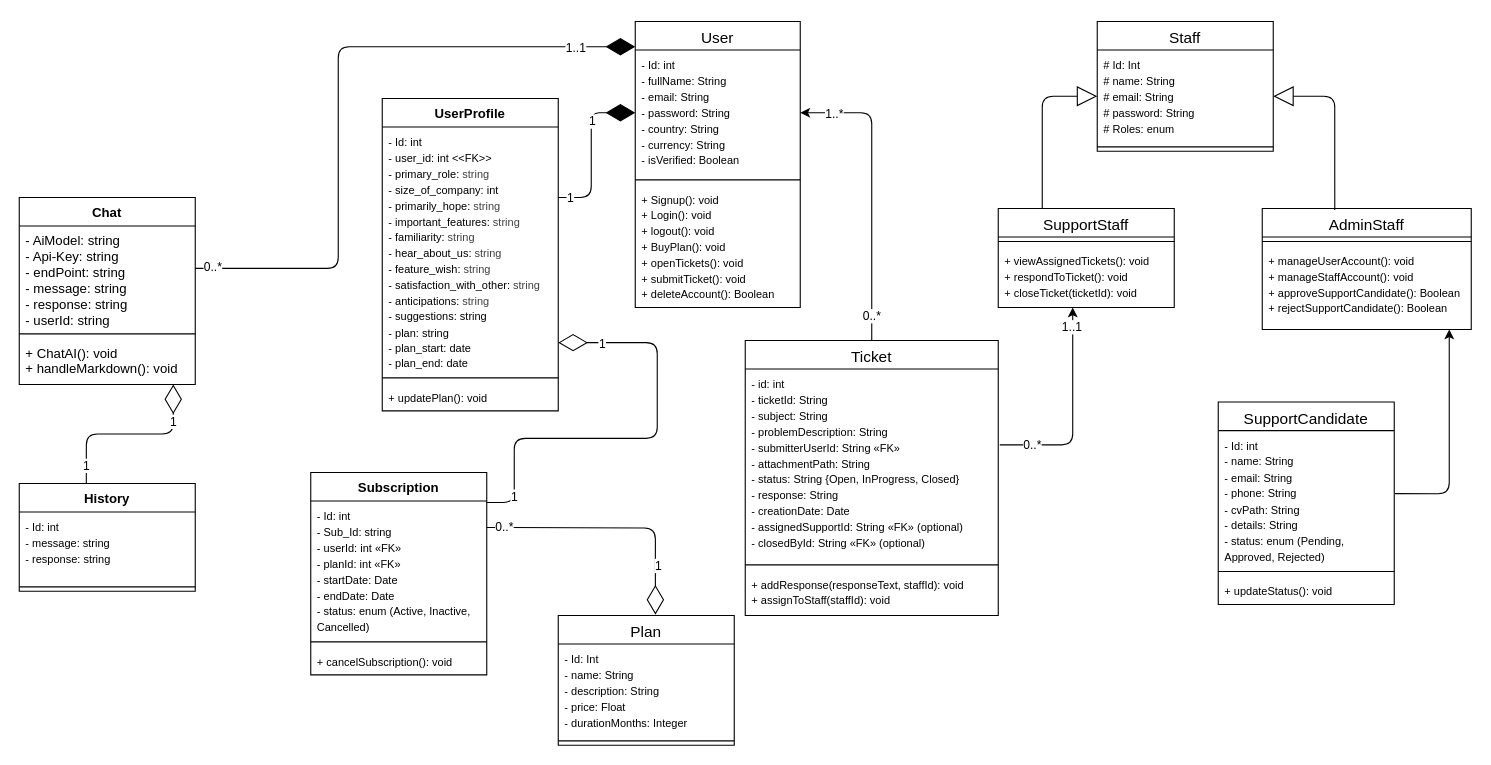
Earlier version of the draw.io diagram docs/class.drawio (Atig-Hamza/CosmoAi). Source tidied: cells renumbered, new cells numbered last; positions are measured from the earlier drawing's top-left corner, leaving out a move shared by most shapes. Both pictures are drawn from the tidied source at 110%, with x=0, y=0 at pixel (19, 21).
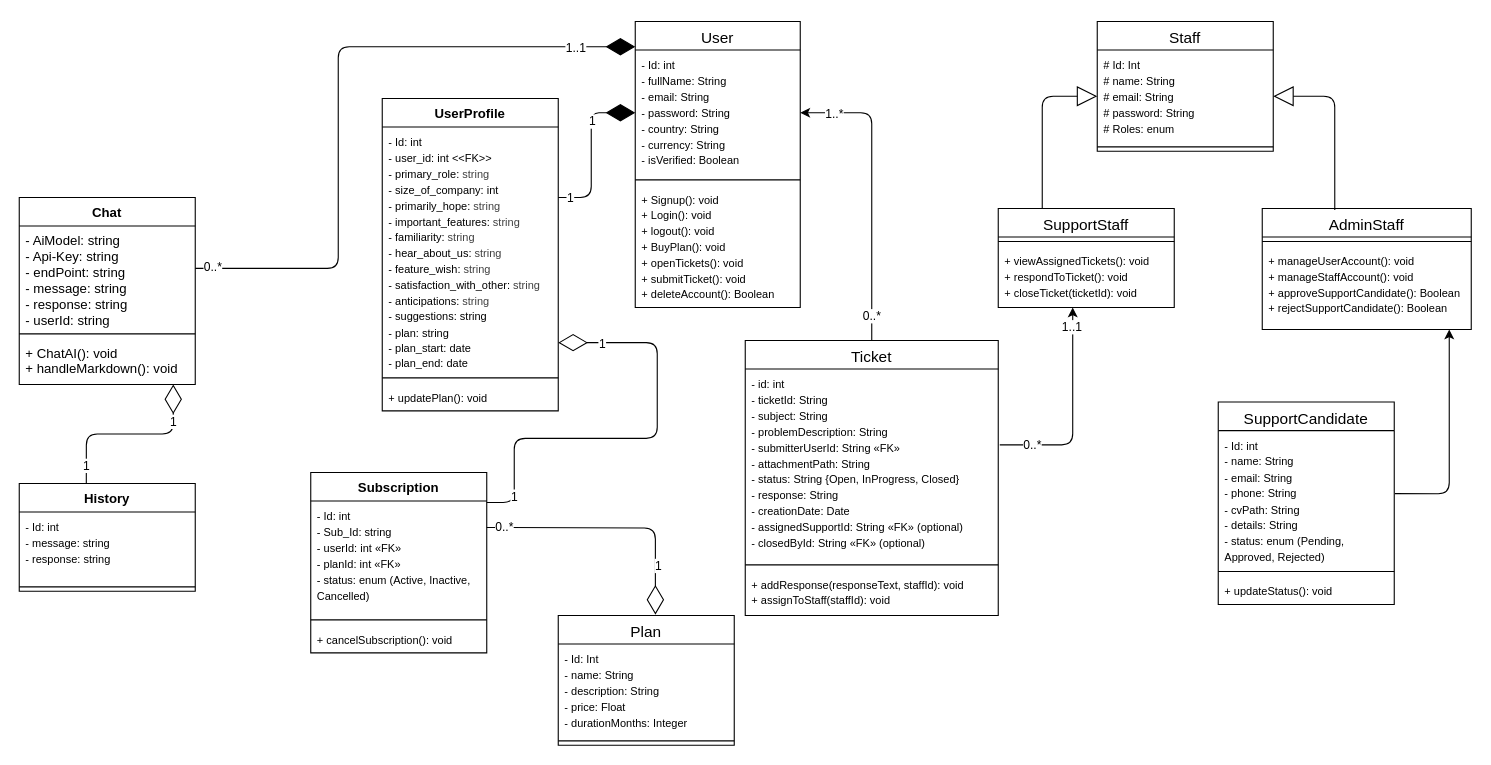
After the change.

Commit message:
ClassUML: simple fix

What changed in the source:
```diff
@@
     <mxCell id="36" value="Subscription" style="swimlane;fontStyle=1;align=center;verticalAlign=top;horizontal=1;startSize=26;whiteSpace=wrap;html=1;" parent="1" vertex="1">
-      <mxGeometry x="265" y="410" width="160" height="184" as="geometry" />
+      <mxGeometry x="265" y="410" width="160" height="164" as="geometry" />
     </mxCell>
-    <mxCell id="37" value="&lt;font style=&quot;font-size: 10px;&quot;&gt;- Id: int&amp;nbsp;&lt;/font&gt;&lt;div&gt;&lt;span style=&quot;font-size: 10px;&quot;&gt;- Sub_Id: string&lt;br&gt;&lt;/span&gt;&lt;div&gt;&lt;font style=&quot;font-size: 10px;&quot;&gt;- userId: int «FK»&amp;nbsp;&lt;/font&gt;&lt;/div&gt;&lt;div&gt;&lt;font style=&quot;font-size: 10px;&quot;&gt;- planId: int «FK»&amp;nbsp;&lt;/font&gt;&lt;/div&gt;&lt;div&gt;&lt;span style=&quot;font-size: 10px; background-color: transparent;&quot;&gt;- startDate: Date&amp;nbsp;&lt;/span&gt;&lt;/div&gt;&lt;div&gt;&lt;span style=&quot;font-size: 10px; background-color: transparent;&quot;&gt;- endDate: Date&amp;nbsp;&lt;/span&gt;&lt;/div&gt;&lt;div&gt;&lt;span style=&quot;font-size: 10px; background-color: transparent;&quot;&gt;- status: enum (Active, Inactive, Cancelled)&lt;/span&gt;&lt;/div&gt;&lt;/div&gt;" style="text;strokeColor=none;fillColor=none;align=left;verticalAlign=top;spacingLeft=4;spacingRight=4;overflow=hidden;whiteSpace=wrap;html=1;" parent="36" vertex="1">
-      <mxGeometry y="26" width="160" height="124" as="geometry" />
+    <mxCell id="37" value="&lt;font style=&quot;font-size: 10px;&quot;&gt;- Id: int&amp;nbsp;&lt;/font&gt;&lt;div&gt;&lt;span style=&quot;font-size: 10px;&quot;&gt;- Sub_Id: string&lt;br&gt;&lt;/span&gt;&lt;div&gt;&lt;font style=&quot;font-size: 10px;&quot;&gt;- userId: int «FK»&amp;nbsp;&lt;/font&gt;&lt;/div&gt;&lt;div&gt;&lt;font style=&quot;font-size: 10px;&quot;&gt;- planId: int «FK»&amp;nbsp;&lt;/font&gt;&lt;/div&gt;&lt;div&gt;&lt;span style=&quot;font-size: 10px; background-color: transparent;&quot;&gt;- status: enum (Active, Inactive, Cancelled)&lt;/span&gt;&lt;/div&gt;&lt;/div&gt;" style="text;strokeColor=none;fillColor=none;align=left;verticalAlign=top;spacingLeft=4;spacingRight=4;overflow=hidden;whiteSpace=wrap;html=1;" parent="36" vertex="1">
+      <mxGeometry y="26" width="160" height="104" as="geometry" />
     </mxCell>
     <mxCell id="38" style="line;strokeWidth=1;fillColor=none;align=left;verticalAlign=middle;spacingTop=-1;spacingLeft=3;spacingRight=3;labelPosition=right;strokeColor=inherit;" parent="36" vertex="1">
-      <mxGeometry y="150" width="160" height="8" as="geometry" />
+      <mxGeometry y="130" width="160" height="8" as="geometry" />
     </mxCell>
     <mxCell id="39" value="&lt;span style=&quot;color: rgb(0, 0, 0); font-family: Arial; text-wrap-mode: nowrap; background-color: rgb(255, 255, 255);&quot;&gt;&lt;font style=&quot;font-size: 10px;&quot;&gt;+ cancelSubscription(): void&lt;/font&gt;&lt;/span&gt;" style="text;strokeColor=none;fillColor=none;align=left;verticalAlign=top;spacingLeft=4;spacingRight=4;overflow=hidden;whiteSpace=wrap;html=1;" parent="36" vertex="1">
-      <mxGeometry y="158" width="160" height="26" as="geometry" />
+      <mxGeometry y="138" width="160" height="26" as="geometry" />
     </mxCell>
```
